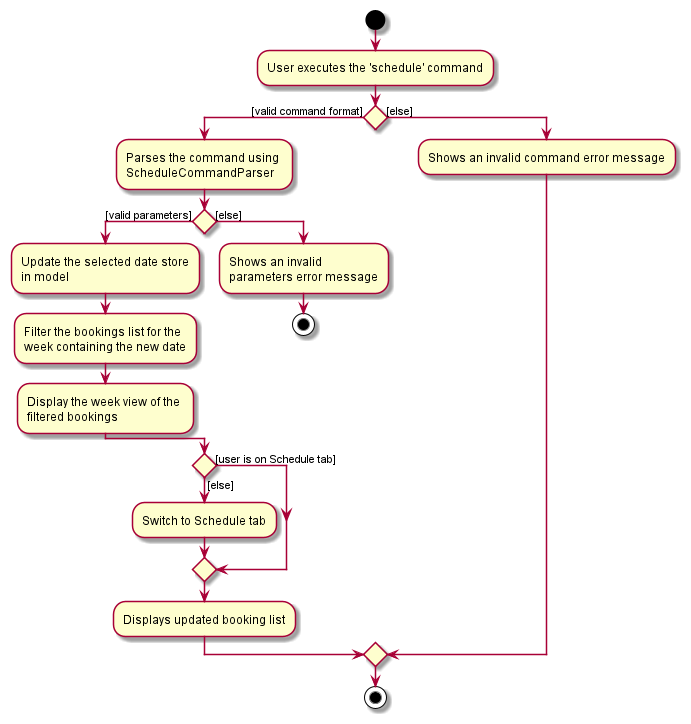
Before: docs/images/ScheduleActivityDiagram.png, a diagram exported from PlantUML (nus-cs2103-AY2122S2/tp).
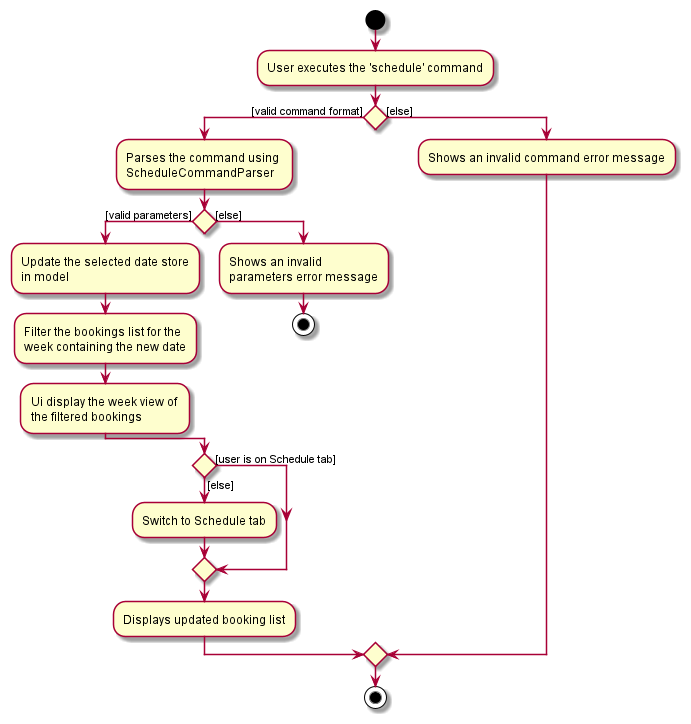
The same file after the commit.

Commit message:
Update activity with missing start point

The edit, as a diff of the source:
```diff
@@ -8,7 +8,7 @@
     if () then ([valid parameters])
         :Update the selected date store\nin model;
         :Filter the bookings list for the \nweek containing the new date;
-        :Display the week view of the \nfiltered bookings;
+        :Ui display the week view of \nthe filtered bookings;
     else ([else])
         :Shows an invalid \nparameters error message;
         stop
```
